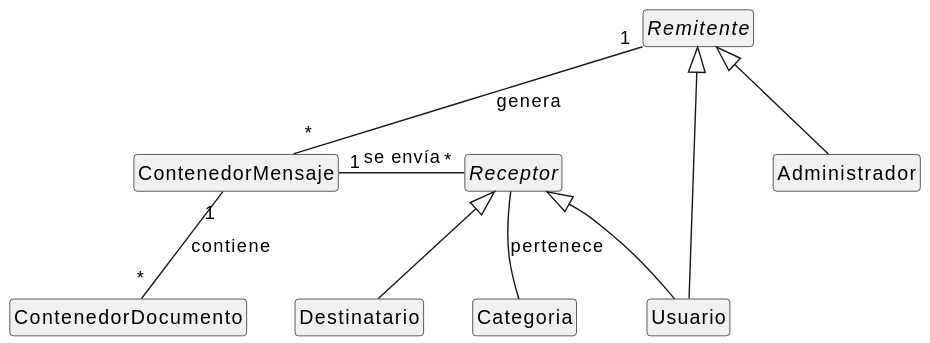
Before: docs/modeloDeDominio/diagramaDeClases/diagramaClasesIteracion2.svg, a diagram exported from PlantUML (mmasias/24-25-IdSw1-SDR).
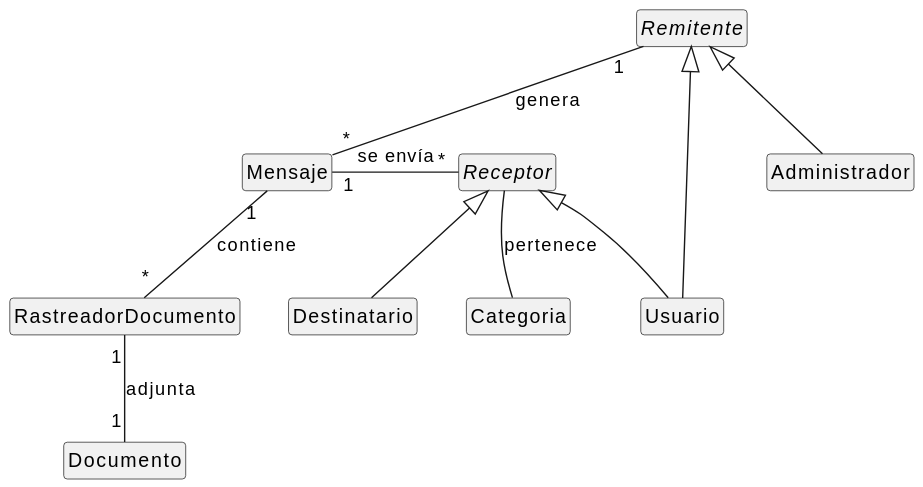
After the change.

Commit message:
Fix diagrama de clases

What changed in the source:
```diff
@@ -1,29 +1,24 @@
 @startuml
 hide empty members
 hide circle
-abstract Remitente{
-}
 
-class ContenedorMensaje{
-}
+abstract Remitente
 
-class Usuario{
-}
+class Mensaje
 
-class ContenedorDocumento{
-}
+class Usuario
 
-abstract Receptor{
-}
+class RastreadorDocumento
 
-class Destinatario{
-}
+abstract Receptor
 
-class Administrador{
-}
+class Destinatario
 
-class Categoria{
-}
+class Administrador
+
+class Categoria
+
+class Documento
 
 Remitente <|-- Administrador
 Remitente <|-- Usuario
@@ -32,9 +27,11 @@
 Receptor <|-- Usuario
 Receptor -- Categoria : pertenece
 
-Remitente "1"--"*" ContenedorMensaje : genera
+Remitente "1"--"*" Mensaje : genera
 
-ContenedorMensaje "1"--"*" ContenedorDocumento : contiene
+Mensaje  "1"--"*" RastreadorDocumento : contiene
 
-ContenedorMensaje "1"-r-"*" Receptor : se envía
+Mensaje  "1"-r-"*" Receptor : se envía
+
+RastreadorDocumento "1"--"1" Documento: adjunta
 @enduml
```
